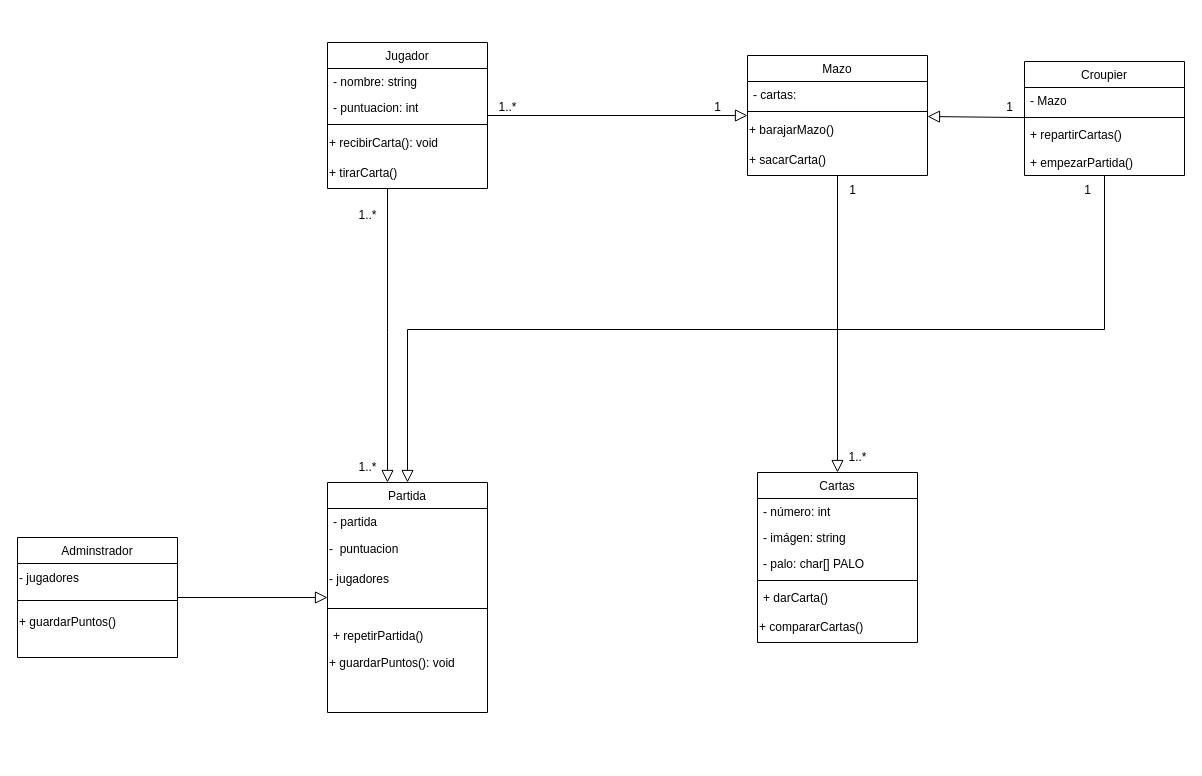
Before: obligatorioGuerra-main/Docs/DiagramadeClase.drawio in SaF319/proyectING, a draw.io diagram. Source tidied: cells renumbered, new cells numbered last; positions are measured from the earlier drawing's top-left corner, leaving out a move shared by most shapes. Both pictures are drawn from the tidied source at 100%, with x=0, y=0 at pixel (17, 42).
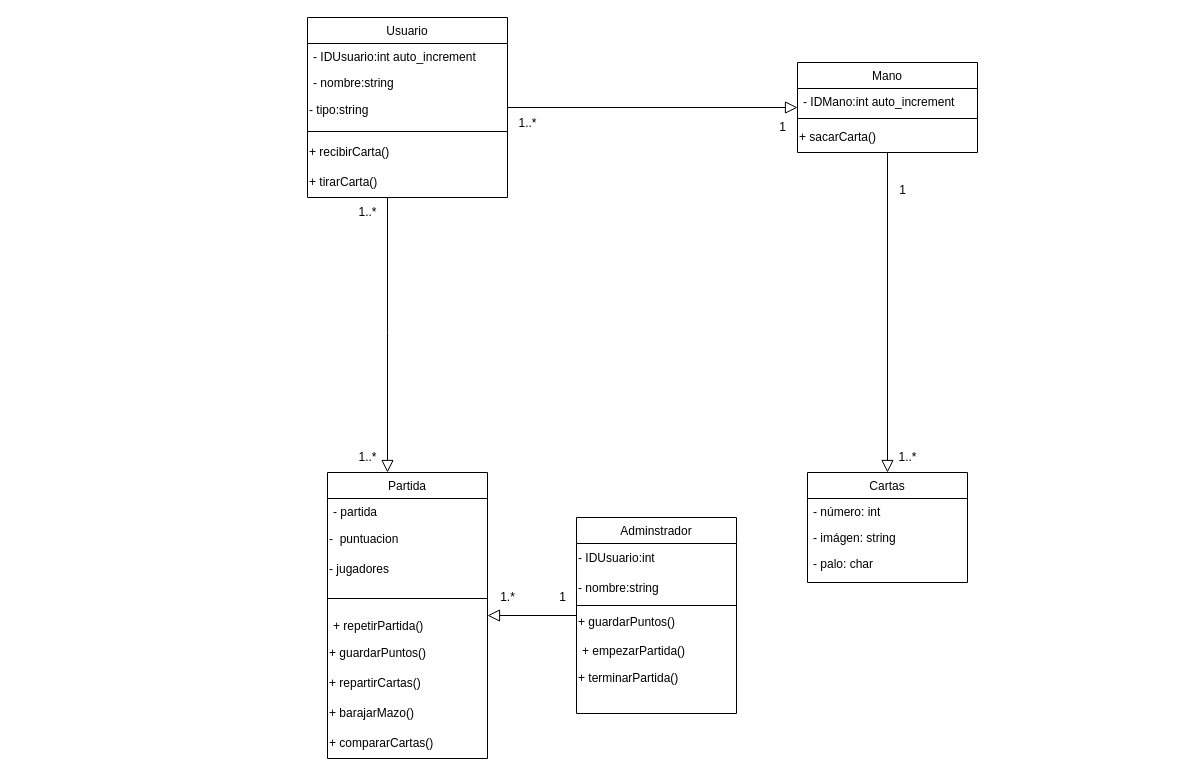
The same diagram, later.

Commit message:
Diagrama de clase arreglado

Change to the diagram source:
```diff
@@
-    <mxCell id="2" value="Jugador" style="swimlane;fontStyle=0;align=center;verticalAlign=top;horizontal=1;startSize=26;rounded=0;shadow=0;strokeWidth=1;" parent="1" vertex="1">
-      <mxGeometry x="310" width="160" height="146" as="geometry" />
+    <mxCell id="2" value="Usuario" style="swimlane;fontStyle=0;align=center;verticalAlign=top;horizontal=1;startSize=26;rounded=0;shadow=0;strokeWidth=1;" parent="1" vertex="1">
+      <mxGeometry x="290" y="-25" width="200" height="180" as="geometry" />
     </mxCell>
-    <mxCell id="3" value="- nombre: string" style="text;align=left;verticalAlign=top;spacingLeft=4;spacingRight=4;overflow=hidden;rounded=0;shadow=0;html=0;" parent="2" vertex="1">
-      <mxGeometry y="26" width="160" height="26" as="geometry" />
+    <mxCell id="3" value="- IDUsuario:int auto_increment" style="text;align=left;verticalAlign=top;spacingLeft=4;spacingRight=4;overflow=hidden;rounded=0;shadow=0;html=0;" parent="2" vertex="1">
+      <mxGeometry y="26" width="200" height="26" as="geometry" />
     </mxCell>
-    <mxCell id="4" value="- puntuacion: int" style="text;align=left;verticalAlign=top;spacingLeft=4;spacingRight=4;overflow=hidden;rounded=0;shadow=0;html=0;" parent="2" vertex="1">
-      <mxGeometry y="52" width="160" height="26" as="geometry" />
+    <mxCell id="4" value="- nombre:string" style="text;align=left;verticalAlign=top;spacingLeft=4;spacingRight=4;overflow=hidden;rounded=0;shadow=0;html=0;" parent="2" vertex="1">
+      <mxGeometry y="52" width="200" height="26" as="geometry" />
     </mxCell>
+    <mxCell id="50" value="- tipo:string" style="text;html=1;align=left;verticalAlign=middle;strokeColor=none;fillColor=none;" parent="2" vertex="1">
+      <mxGeometry y="78" width="200" height="30" as="geometry" />
+    </mxCell>
     <mxCell id="5" style="line;html=1;strokeWidth=1;align=left;verticalAlign=middle;spacingTop=-1;spacingLeft=3;spacingRight=3;labelPosition=right;" parent="2" vertex="1">
-      <mxGeometry y="78" width="160" height="8" as="geometry" />
+      <mxGeometry y="108" width="200" height="12" as="geometry" />
     </mxCell>
-    <mxCell id="6" value="+ recibirCarta(): void" style="text;html=1;align=left;verticalAlign=middle;strokeColor=none;fillColor=none;" parent="2" vertex="1">
-      <mxGeometry y="86" width="160" height="30" as="geometry" />
+    <mxCell id="6" value="+ recibirCarta()" style="text;html=1;align=left;verticalAlign=middle;strokeColor=none;fillColor=none;" parent="2" vertex="1">
+      <mxGeometry y="120" width="200" height="30" as="geometry" />
     </mxCell>
     <mxCell id="7" value="&lt;div align=&quot;left&quot;&gt;+ tirarCarta()&lt;/div&gt;" style="text;html=1;align=left;verticalAlign=middle;strokeColor=none;fillColor=none;" parent="2" vertex="1">
-      <mxGeometry y="116" width="160" height="30" as="geometry" />
+      <mxGeometry y="150" width="200" height="30" as="geometry" />
     </mxCell>
     <mxCell id="8" value="Partida" style="swimlane;fontStyle=0;align=center;verticalAlign=top;horizontal=1;startSize=26;rounded=0;shadow=0;strokeWidth=1;" parent="1" vertex="1">
-      <mxGeometry x="310" y="440" width="160" height="230" as="geometry" />
+      <mxGeometry x="310" y="430" width="160" height="286" as="geometry" />
     </mxCell>
@@
-    <mxCell id="14" value="&lt;div align=&quot;left&quot;&gt;+ guardarPuntos(): void&lt;br&gt;&lt;/div&gt;" style="text;html=1;align=left;verticalAlign=middle;strokeColor=none;fillColor=none;" parent="8" vertex="1">
+    <mxCell id="14" value="&lt;div align=&quot;left&quot;&gt;+ guardarPuntos()&lt;br&gt;&lt;/div&gt;" style="text;html=1;align=left;verticalAlign=middle;strokeColor=none;fillColor=none;" parent="8" vertex="1">
       <mxGeometry y="166" width="160" height="30" as="geometry" />
     </mxCell>
+    <mxCell id="41" value="+ repartirCartas()" style="text;html=1;align=left;verticalAlign=middle;strokeColor=none;fillColor=none;" parent="8" vertex="1">
+      <mxGeometry y="196" width="160" height="30" as="geometry" />
+    </mxCell>
+    <mxCell id="20" value="+ barajarMazo()" style="text;html=1;align=left;verticalAlign=middle;strokeColor=none;fillColor=none;" parent="8" vertex="1">
+      <mxGeometry y="226" width="160" height="30" as="geometry" />
+    </mxCell>
+    <mxCell id="29" value="+ compararCartas()" style="text;html=1;align=left;verticalAlign=middle;strokeColor=none;fillColor=none;" parent="8" vertex="1">
+      <mxGeometry y="256" width="160" height="30" as="geometry" />
+    </mxCell>
@@
-    <mxCell id="17" value="Mazo" style="swimlane;fontStyle=0;align=center;verticalAlign=top;horizontal=1;startSize=26;rounded=0;shadow=0;strokeWidth=1;direction=east;" parent="1" vertex="1">
-      <mxGeometry x="730" y="13" width="180" height="120" as="geometry" />
+    <mxCell id="17" value="Mano" style="swimlane;fontStyle=0;align=center;verticalAlign=top;horizontal=1;startSize=26;rounded=0;shadow=0;strokeWidth=1;direction=east;" parent="1" vertex="1">
+      <mxGeometry x="780" y="20" width="180" height="90" as="geometry" />
     </mxCell>
-    <mxCell id="18" value="- cartas: " style="text;align=left;verticalAlign=top;spacingLeft=4;spacingRight=4;overflow=hidden;" parent="17" vertex="1">
+    <mxCell id="18" value="- IDMano:int auto_increment" style="text;align=left;verticalAlign=top;spacingLeft=4;spacingRight=4;overflow=hidden;" parent="17" vertex="1">
       <mxGeometry y="26" width="180" height="26" as="geometry" />
     </mxCell>
@@
-    <mxCell id="20" value="+ barajarMazo()" style="text;html=1;align=left;verticalAlign=middle;strokeColor=none;fillColor=none;" parent="17" vertex="1">
-      <mxGeometry y="60" width="180" height="30" as="geometry" />
-    </mxCell>
     <mxCell id="21" value="+ sacarCarta()" style="text;html=1;align=left;verticalAlign=middle;points=[];strokeColor=none;fillColor=none;" parent="17" vertex="1">
-      <mxGeometry y="90" width="180" height="30" as="geometry" />
+      <mxGeometry y="60" width="180" height="30" as="geometry" />
     </mxCell>
-    <mxCell id="22" style="endArrow=block;endSize=10;endFill=0;shadow=0;strokeWidth=1;rounded=0;curved=0;edgeStyle=elbowEdgeStyle;elbow=vertical;" parent="1" edge="1" source="38" target="8">
-      <mxGeometry relative="1" as="geometry" />
-    </mxCell>
     <mxCell id="23" value="Cartas" style="swimlane;fontStyle=0;align=center;verticalAlign=top;horizontal=1;startSize=26;rounded=0;shadow=0;strokeWidth=1;" parent="1" vertex="1">
-      <mxGeometry x="740" y="430" width="160" height="170" as="geometry" />
+      <mxGeometry x="790" y="430" width="160" height="110" as="geometry" />
     </mxCell>
@@
-    <mxCell id="26" value="- palo: char[] PALO" style="text;align=left;verticalAlign=top;spacingLeft=4;spacingRight=4;overflow=hidden;rounded=0;shadow=0;html=0;" parent="23" vertex="1">
+    <mxCell id="26" value="- palo: char" style="text;align=left;verticalAlign=top;spacingLeft=4;spacingRight=4;overflow=hidden;rounded=0;shadow=0;html=0;" parent="23" vertex="1">
       <mxGeometry y="78" width="160" height="26" as="geometry" />
     </mxCell>
-    <mxCell id="27" style="line;html=1;strokeWidth=1;align=left;verticalAlign=middle;spacingTop=-1;spacingLeft=3;spacingRight=3;labelPosition=right;" parent="23" vertex="1">
-      <mxGeometry y="104" width="160" height="8" as="geometry" />
-    </mxCell>
-    <mxCell id="28" value="+ darCarta()" style="text;align=left;verticalAlign=top;spacingLeft=4;spacingRight=4;overflow=hidden;" parent="23" vertex="1">
-      <mxGeometry y="112" width="160" height="28" as="geometry" />
-    </mxCell>
-    <mxCell id="29" value="+ compararCartas()" style="text;html=1;align=left;verticalAlign=middle;strokeColor=none;fillColor=none;" parent="23" vertex="1">
-      <mxGeometry y="140" width="160" height="30" as="geometry" />
-    </mxCell>
-    <mxCell id="30" style="endArrow=block;html=1;rounded=0;endFill=0;endSize=10;" parent="1" edge="1" source="21" target="23">
+    <mxCell id="30" style="endArrow=block;html=1;rounded=0;endFill=0;endSize=10;" parent="1" edge="1" source="17" target="23">
       <mxGeometry relative="1" as="geometry" />
     </mxCell>
     <mxCell id="31" value="1" style="text;html=1;align=center;verticalAlign=middle;strokeColor=none;fillColor=none;" parent="1" vertex="1">
-      <mxGeometry x="685" y="50" width="30" height="30" as="geometry" />
+      <mxGeometry x="750" y="70" width="30" height="30" as="geometry" />
     </mxCell>
     <mxCell id="32" value="&lt;div&gt;1..*&lt;/div&gt;" style="text;html=1;align=center;verticalAlign=middle;strokeColor=none;fillColor=none;" parent="1" vertex="1">
-      <mxGeometry x="470" y="50" width="40" height="30" as="geometry" />
+      <mxGeometry x="490" y="66" width="40" height="30" as="geometry" />
     </mxCell>
     <mxCell id="33" value="1..*" style="text;html=1;align=center;verticalAlign=middle;strokeColor=none;fillColor=none;" parent="1" vertex="1">
-      <mxGeometry x="330" y="410" width="40" height="30" as="geometry" />
+      <mxGeometry x="330" y="400" width="40" height="30" as="geometry" />
     </mxCell>
     <mxCell id="34" value="1..*" style="text;html=1;align=center;verticalAlign=middle;strokeColor=none;fillColor=none;" parent="1" vertex="1">
-      <mxGeometry x="330" y="158" width="40" height="30" as="geometry" />
+      <mxGeometry x="330" y="155" width="40" height="30" as="geometry" />
     </mxCell>
     <mxCell id="35" value="&lt;div&gt;1..*&lt;/div&gt;" style="text;html=1;align=center;verticalAlign=middle;strokeColor=none;fillColor=none;" parent="1" vertex="1">
-      <mxGeometry x="820" y="400" width="40" height="30" as="geometry" />
+      <mxGeometry x="870" y="400" width="40" height="30" as="geometry" />
     </mxCell>
     <mxCell id="36" value="&lt;div&gt;1&lt;/div&gt;" style="text;html=1;align=center;verticalAlign=middle;strokeColor=none;fillColor=none;" parent="1" vertex="1">
-      <mxGeometry x="820" y="133" width="30" height="30" as="geometry" />
+      <mxGeometry x="870" y="133" width="30" height="30" as="geometry" />
     </mxCell>
-    <mxCell id="37" value="1" style="text;html=1;align=center;verticalAlign=middle;strokeColor=none;fillColor=none;" parent="1" vertex="1">
-      <mxGeometry x="1055" y="133" width="30" height="30" as="geometry" />
-    </mxCell>
-    <mxCell id="38" value="Croupier" style="swimlane;fontStyle=0;align=center;verticalAlign=top;horizontal=1;startSize=26;rounded=0;shadow=0;strokeWidth=1;" parent="1" vertex="1">
-      <mxGeometry x="1007" y="19" width="160" height="114" as="geometry" />
-    </mxCell>
-    <mxCell id="39" value="- Mazo" style="text;align=left;verticalAlign=top;spacingLeft=4;spacingRight=4;overflow=hidden;" parent="38" vertex="1">
-      <mxGeometry y="26" width="160" height="26" as="geometry" />
-    </mxCell>
-    <mxCell id="40" style="line;html=1;strokeWidth=1;align=left;verticalAlign=middle;spacingTop=-1;spacingLeft=3;spacingRight=3;labelPosition=right;" parent="38" vertex="1">
-      <mxGeometry y="52" width="160" height="8" as="geometry" />
-    </mxCell>
-    <mxCell id="41" value="+ repartirCartas()" style="text;align=left;verticalAlign=top;spacingLeft=4;spacingRight=4;overflow=hidden;" parent="38" vertex="1">
-      <mxGeometry y="60" width="160" height="28" as="geometry" />
-    </mxCell>
-    <mxCell id="42" value="+ empezarPartida()" style="text;align=left;verticalAlign=top;spacingLeft=4;spacingRight=4;overflow=hidden;fontStyle=0;" parent="38" vertex="1">
-      <mxGeometry y="88" width="160" height="26" as="geometry" />
-    </mxCell>
-    <mxCell id="43" style="endArrow=block;html=1;rounded=0;endFill=0;endSize=10;" parent="1" edge="1" source="38" target="17">
-      <mxGeometry relative="1" as="geometry" />
-    </mxCell>
     <mxCell id="44" value="Adminstrador" style="swimlane;fontStyle=0;align=center;verticalAlign=top;horizontal=1;startSize=26;rounded=0;shadow=0;strokeWidth=1;" parent="1" vertex="1">
-      <mxGeometry y="495" width="160" height="120" as="geometry" />
+      <mxGeometry x="559" y="475" width="160" height="196" as="geometry" />
     </mxCell>
-    <mxCell id="45" value="&lt;div&gt;- jugadores&lt;/div&gt;" style="text;html=1;align=left;verticalAlign=middle;strokeColor=none;fillColor=none;" parent="44" vertex="1">
+    <mxCell id="45" value="&lt;div&gt;- IDUsuario:int&lt;br&gt;&lt;/div&gt;" style="text;html=1;align=left;verticalAlign=middle;strokeColor=none;fillColor=none;" parent="44" vertex="1">
       <mxGeometry y="26" width="160" height="30" as="geometry" />
     </mxCell>
+    <mxCell id="51" value="- nombre:string" style="text;html=1;align=left;verticalAlign=middle;strokeColor=none;fillColor=none;" parent="44" vertex="1">
+      <mxGeometry y="56" width="160" height="30" as="geometry" />
+    </mxCell>
     <mxCell id="46" style="line;html=1;strokeWidth=1;align=left;verticalAlign=middle;spacingTop=-1;spacingLeft=3;spacingRight=3;labelPosition=right;" parent="44" vertex="1">
-      <mxGeometry y="56" width="160" height="14" as="geometry" />
+      <mxGeometry y="86" width="160" height="4" as="geometry" />
     </mxCell>
     <mxCell id="47" value="&lt;div align=&quot;left&quot;&gt;+ guardarPuntos()&lt;/div&gt;" style="text;html=1;align=left;verticalAlign=middle;strokeColor=none;fillColor=none;" parent="44" vertex="1">
-      <mxGeometry y="70" width="160" height="30" as="geometry" />
+      <mxGeometry y="90" width="160" height="30" as="geometry" />
     </mxCell>
+    <mxCell id="42" value="+ empezarPartida()" style="text;align=left;verticalAlign=top;spacingLeft=4;spacingRight=4;overflow=hidden;fontStyle=0;" parent="44" vertex="1">
+      <mxGeometry y="120" width="160" height="26" as="geometry" />
+    </mxCell>
+    <mxCell id="52" value="+ terminarPartida()" style="text;html=1;align=left;verticalAlign=middle;strokeColor=none;fillColor=none;" parent="44" vertex="1">
+      <mxGeometry y="146" width="160" height="30" as="geometry" />
+    </mxCell>
@@
-    <mxCell id="49" value="1" style="text;html=1;align=center;verticalAlign=middle;strokeColor=none;fillColor=none;" parent="1" vertex="1">
-      <mxGeometry x="977" y="50" width="30" height="30" as="geometry" />
-    </mxCell>
+    <mxCell id="53" value="1" style="text;html=1;align=center;verticalAlign=middle;strokeColor=none;fillColor=none;" parent="1" vertex="1">
+      <mxGeometry x="530" y="540" width="30" height="30" as="geometry" />
+    </mxCell>
+    <mxCell id="54" value="1.*" style="text;html=1;align=center;verticalAlign=middle;strokeColor=none;fillColor=none;" parent="1" vertex="1">
+      <mxGeometry x="470" y="540" width="40" height="30" as="geometry" />
+    </mxCell>
```
